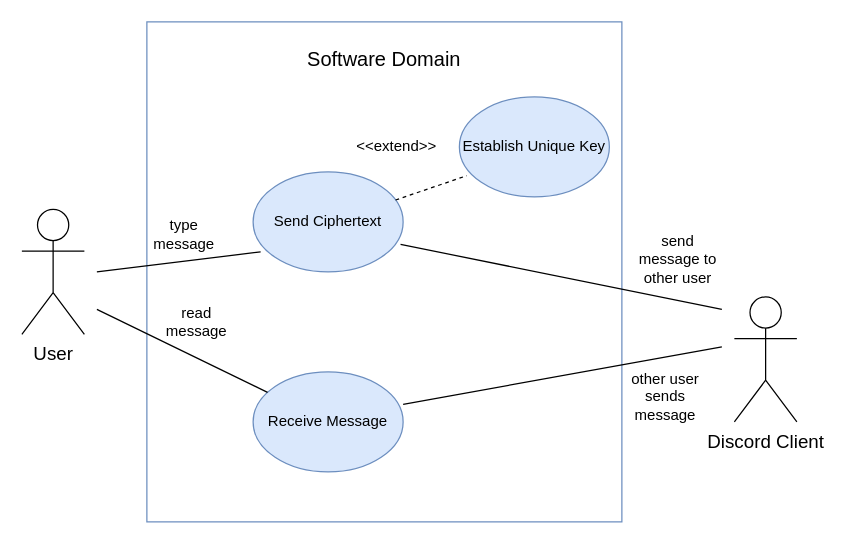
The draw.io diagram Diagrams/src/UseCase.drawio in Nachtwind1100011/SE-Individual-Project, before the edit. Source tidied: cells renumbered, new cells numbered last; positions are measured from the earlier drawing's top-left corner, leaving out a move shared by most shapes. Both pictures are drawn from the tidied source at 125%, with x=0, y=0 at pixel (21, 21).
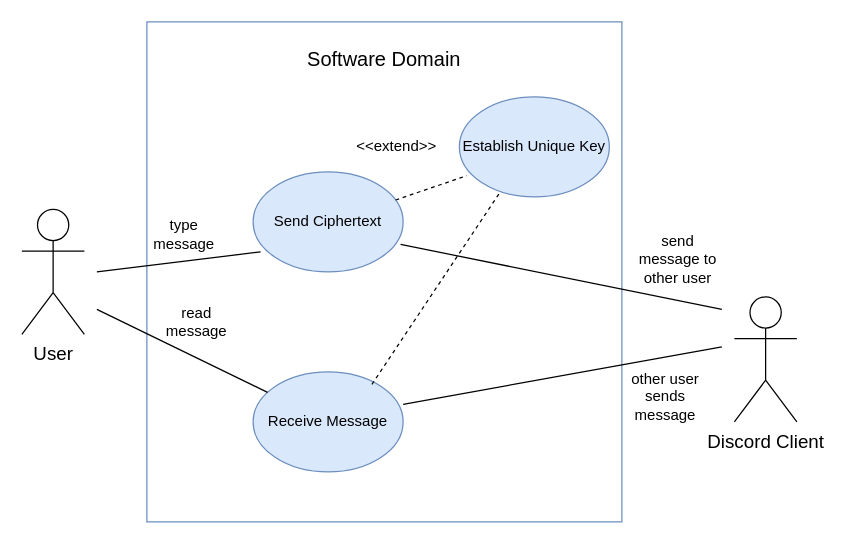
After the change.

Unchanged cells that the change refers to:
```xml
<mxCell id="7" value="Receive Message" style="ellipse;whiteSpace=wrap;html=1;fillColor=#dae8fc;strokeColor=#6c8ebf;" parent="1" vertex="1">
  <mxGeometry x="185" y="280" width="120" height="80" as="geometry" />
</mxCell>
<mxCell id="8" value="Establish Unique Key" style="ellipse;whiteSpace=wrap;html=1;fillColor=#dae8fc;strokeColor=#6c8ebf;" parent="1" vertex="1">
  <mxGeometry x="350" y="60" width="120" height="80" as="geometry" />
</mxCell>
```

What changed in the source:
```diff
@@
+    <mxCell id="19" style="endArrow=none;dashed=1;html=1;exitX=0.792;exitY=0.125;exitDx=0;exitDy=0;exitPerimeter=0;entryX=0.267;entryY=0.963;entryDx=0;entryDy=0;entryPerimeter=0;" parent="1" edge="1" source="7" target="8">
+      <mxGeometry relative="1" as="geometry" />
+    </mxCell>
```
